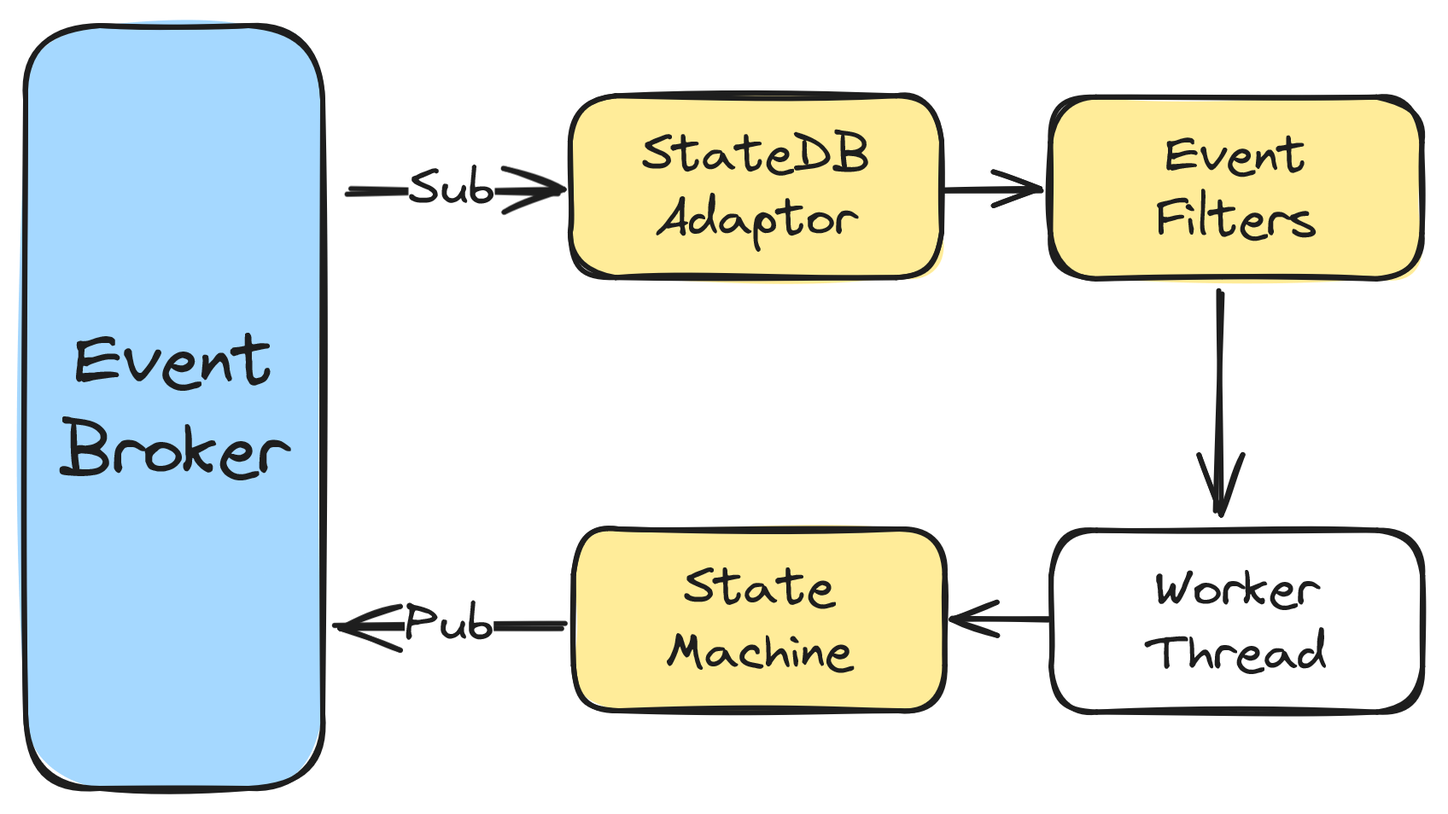
Above: img/broker-actor.png in arcology-network/streamer (Excalidraw), before the change. Source tidied: one line per element, renumbered; positions are measured from the earlier drawing's top-left corner, leaving out a move shared by most shapes.
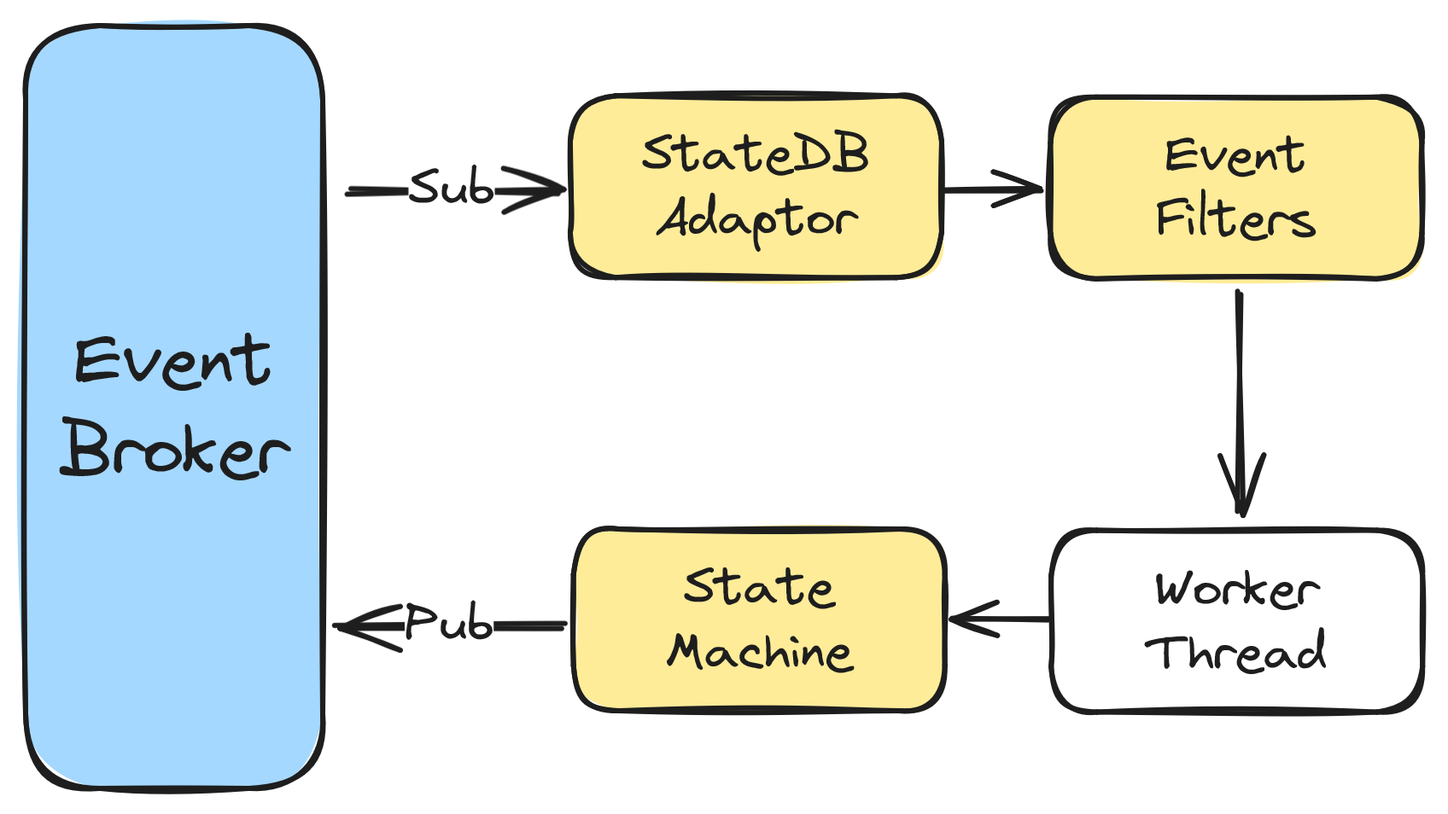
Later version of the same file.

What changed in the source:
```diff
@@ -14,4 +14,4 @@
 {"id": 13, "type": "text", "text": "Pub", "strokeColor": "#1e1e1e", "strokeWidth": 2, "roughness": 1, "fontSize": 20, "fontFamily": 1, "textAlign": "center", "verticalAlign": "middle", "inside": 12, "x": 980, "y": 258, "width": 35, "height": 25}
 {"id": 14, "type": "arrow", "strokeColor": "#1e1e1e", "strokeWidth": 2, "roughness": 1, "endArrowhead": "arrow", "round": true, "from": 8, "to": 6, "x": 399, "y": 232, "width": 38, "height": 0, "points": [[0, 0], [-38, 0]]}
 {"id": 15, "type": "arrow", "strokeColor": "#1e1e1e", "backgroundColor": "#ffec99", "fillStyle": "solid", "strokeWidth": 2, "roughness": 1, "endArrowhead": "arrow", "round": true, "from": 2, "to": 4, "x": 358, "y": 64, "width": 39, "height": 0, "points": [[0, 0], [39, 0]]}
-{"id": 16, "type": "arrow", "strokeColor": "#1e1e1e", "strokeWidth": 2, "roughness": 1, "endArrowhead": "arrow", "round": true, "from": 4, "x": 467, "y": 105, "width": 1, "height": 84, "points": [[0, 0], [-1, 84]]}
+{"id": 16, "type": "arrow", "strokeColor": "#1e1e1e", "strokeWidth": 2, "roughness": 1, "endArrowhead": "arrow", "round": true, "from": 4, "to": 8, "x": 474, "y": 105, "width": 0, "height": 84, "points": [[0, 0], [0, 84]]}
```
